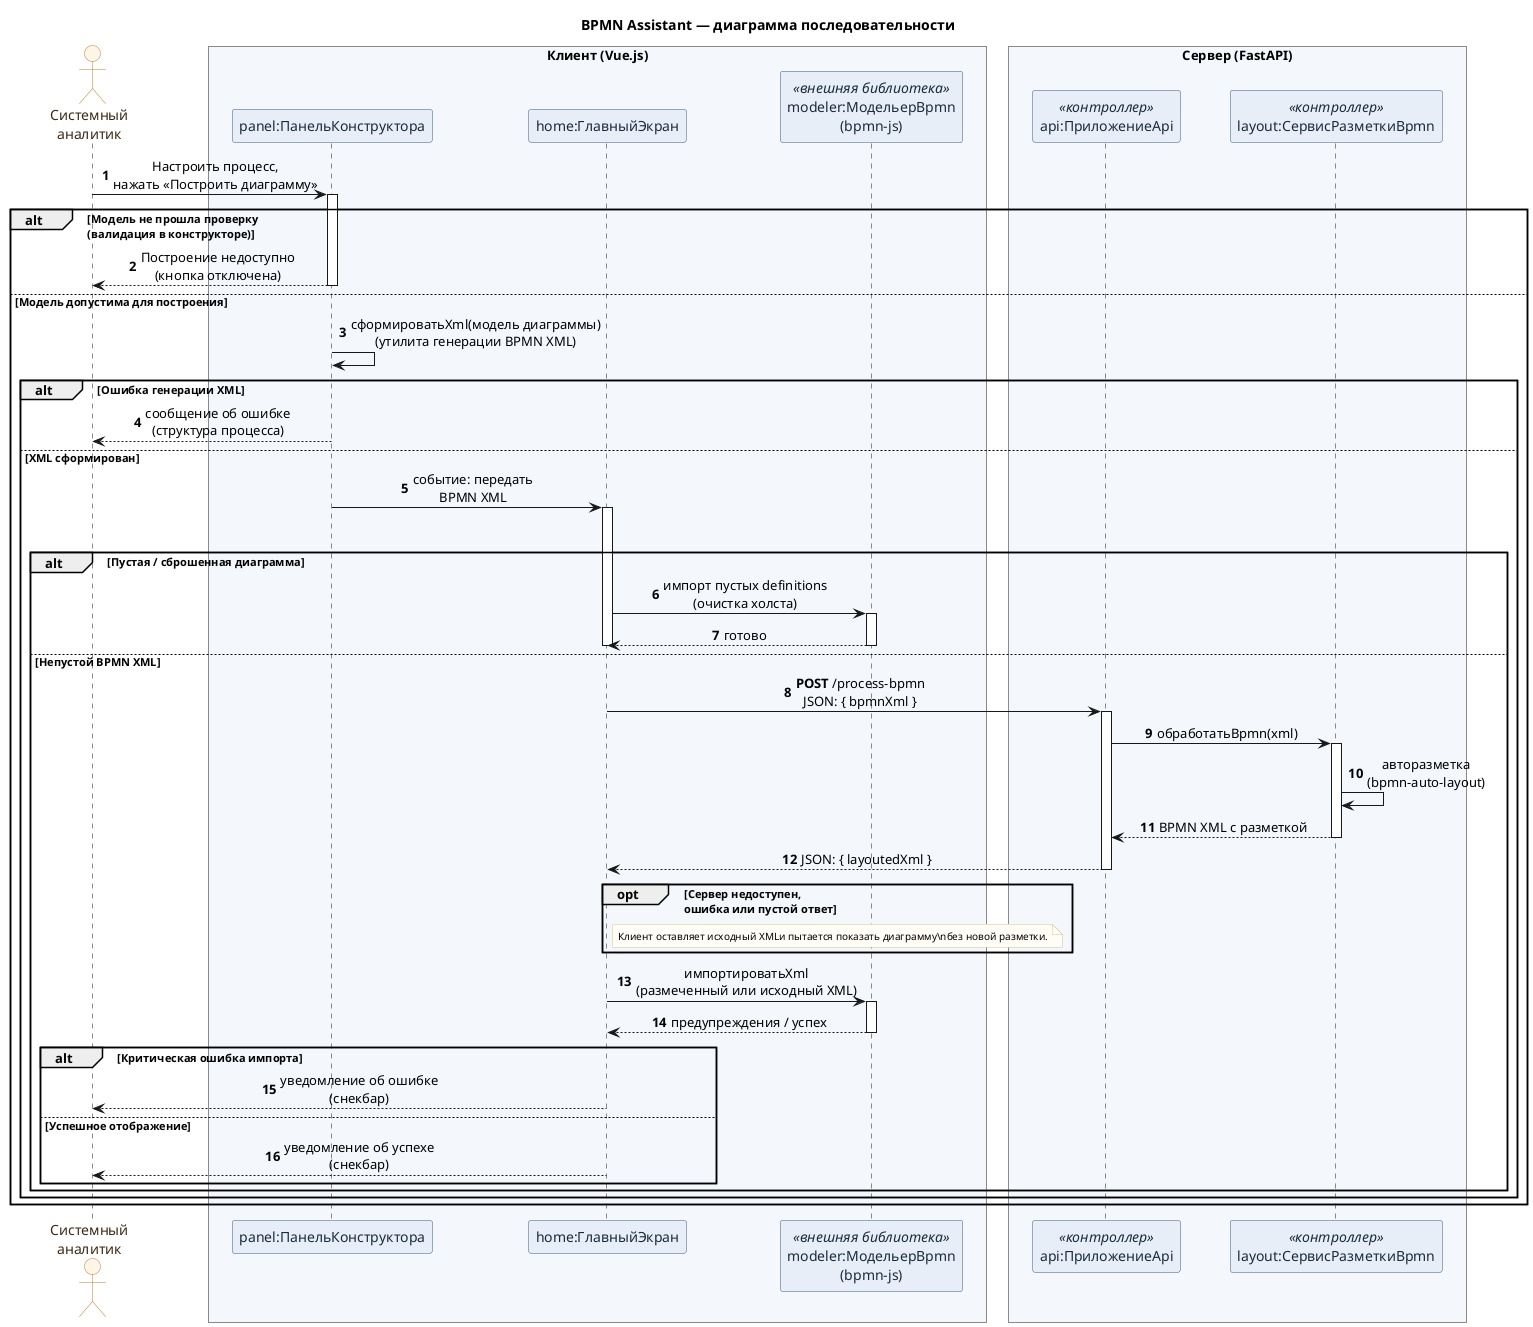
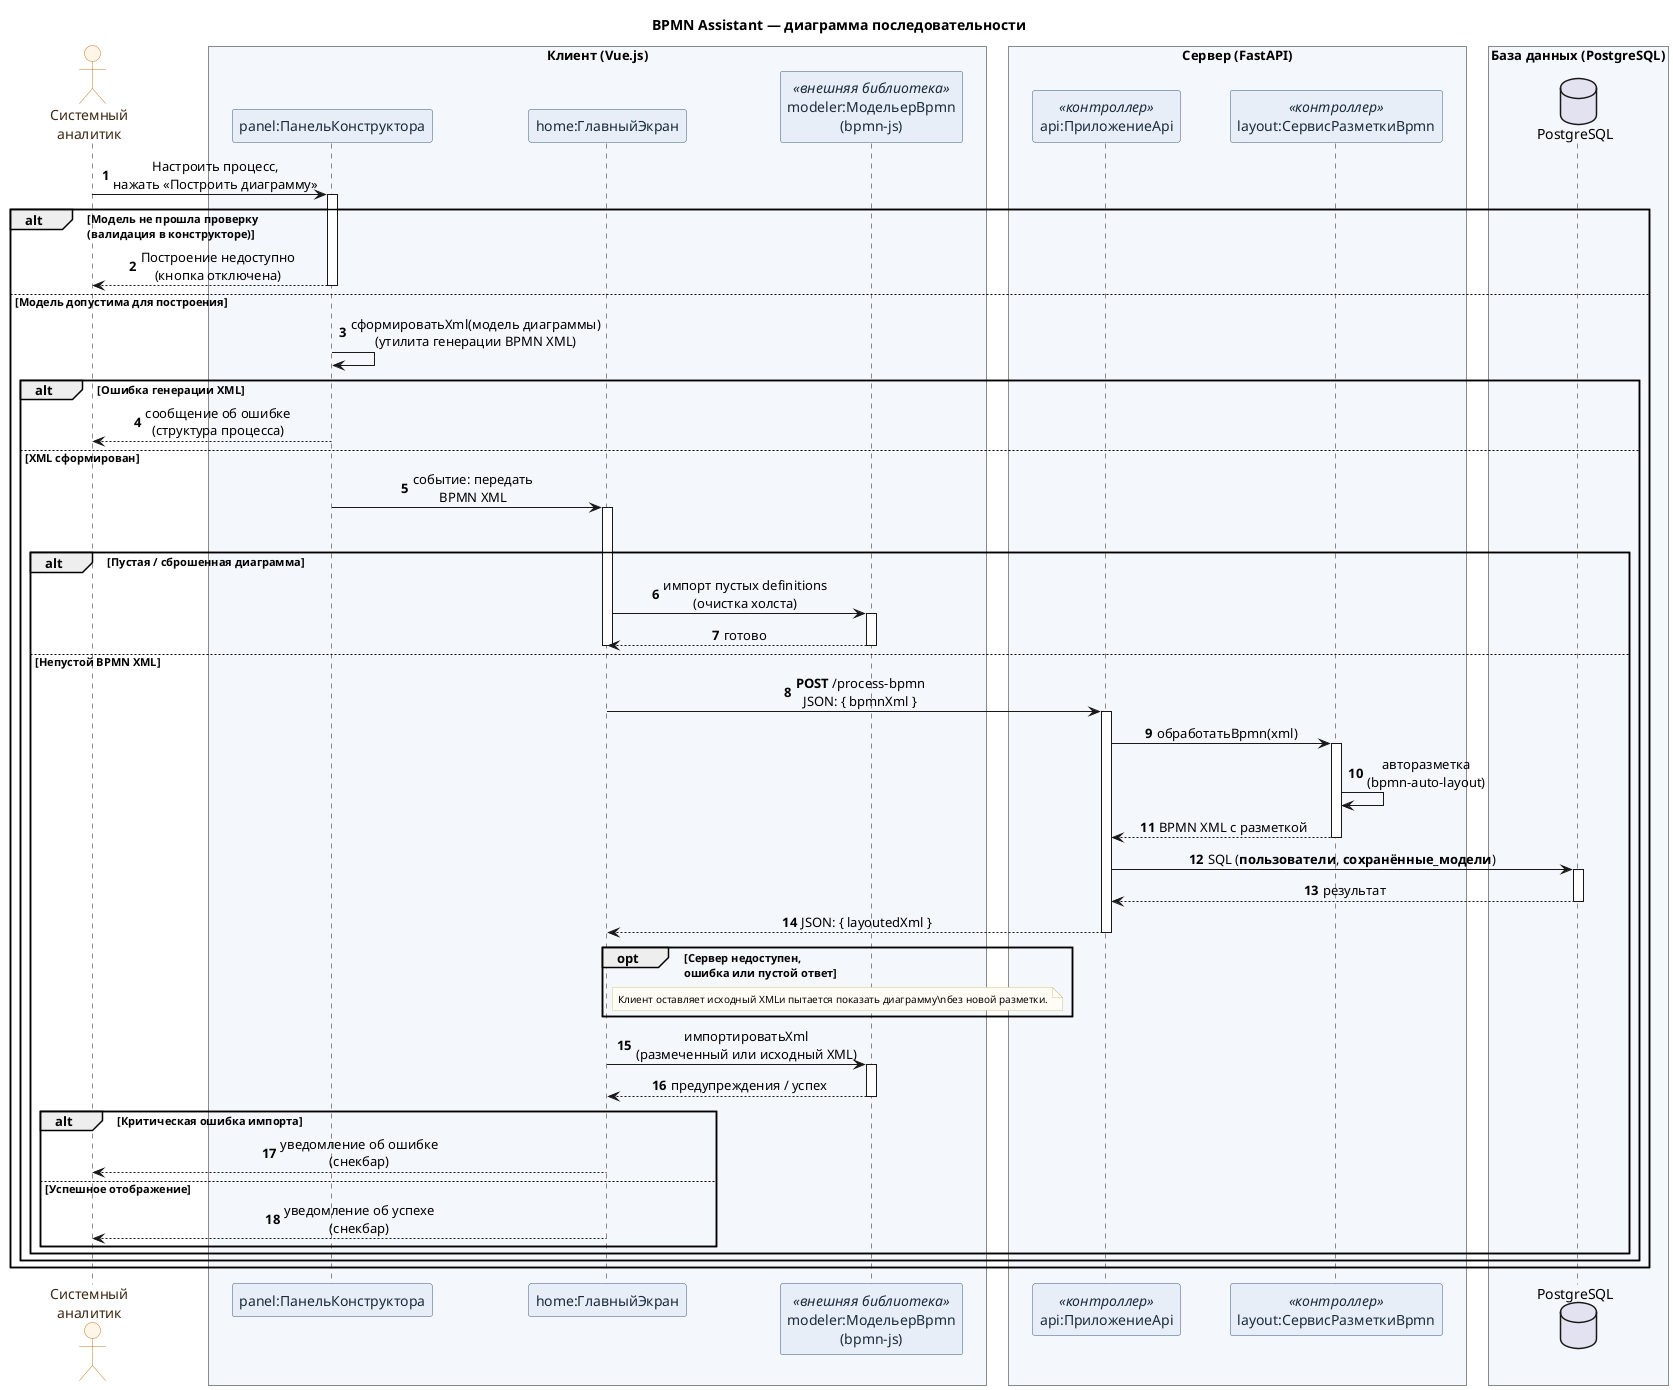
@startuml bpmn-assistant-sequence-diagram
title BPMN Assistant — диаграмма последовательности

skinparam shadowing false
skinparam handwritten false
skinparam sequenceMessageAlign center
skinparam responseMessageBelowArrow true
skinparam ParticipantPadding 20
skinparam BoxPadding 10

skinparam participant {
  BackgroundColor #E8EEF7
  BorderColor #3D5A80
  FontColor #1A2B3C
}
skinparam actor {
  BackgroundColor #FFF6E8
  BorderColor #C67C2A
  FontColor #3D2914
}
skinparam note {
  BackgroundColor #FFFDF5
  BorderColor #D4C48A
  FontSize 10
}

autonumber

actor "Системный\nаналитик" as User

box "Клиент (Vue.js)" #F4F7FB
  participant "panel:ПанельКонструктора" as panel
  participant "home:ГлавныйЭкран" as home
  participant "modeler:МодельерBpmn\n(bpmn-js)" as modeler <<внешняя библиотека>>
end box

box "Сервер (FastAPI)" #F4F7FB
  participant "api:ПриложениеApi" as api <<контроллер>>
  participant "layout:СервисРазметкиBpmn" as layout <<контроллер>>
end box

+ box "База данных (PostgreSQL)" #F4F7FB
+   database "PostgreSQL" as db
+ end box
+ 
User -> panel: Настроить процесс,\nнажать «Построить диаграмму»
activate panel

alt Модель не прошла проверку\n(валидация в конструкторе)
  panel --> User: Построение недоступно\n(кнопка отключена)
  deactivate panel
else Модель допустима для построения
  panel -> panel: сформироватьXml(модель диаграммы)\n(утилита генерации BPMN XML)
  alt Ошибка генерации XML
    panel --> User: сообщение об ошибке\n(структура процесса)
    deactivate panel
  else XML сформирован
    panel -> home: событие: передать\nBPMN XML
    activate home
    deactivate panel

    alt Пустая / сброшенная диаграмма
      home -> modeler: импорт пустых definitions\n(очистка холста)
      activate modeler
      modeler --> home: готово
      deactivate modeler
      deactivate home
    else Непустой BPMN XML
      home -> api: **POST** /process-bpmn\nJSON: { bpmnXml }
      activate api
      api -> layout: обработатьBpmn(xml)
      activate layout
      layout -> layout: авторазметка\n(bpmn-auto-layout)
      layout --> api: BPMN XML с разметкой
      deactivate layout
+       api -> db: SQL (**пользователи**, **сохранённые_модели**)
+       activate db
+       db --> api: результат
+       deactivate db
      api --> home: JSON: { layoutedXml }
      deactivate api

      opt Сервер недоступен,\nошибка или пустой ответ
        note right of home
          Клиент оставляет исходный XMLи пытается показать диаграмму\nбез новой разметки.
        end note
      end

      home -> modeler: импортироватьXml\n(размеченный или исходный XML)
      activate modeler
      modeler --> home: предупреждения / успех
      deactivate modeler

      alt Критическая ошибка импорта
        home --> User: уведомление об ошибке\n(снекбар)
      else Успешное отображение
        home --> User: уведомление об успехе\n(снекбар)
      end
      deactivate home
    end
  end
end


@enduml
